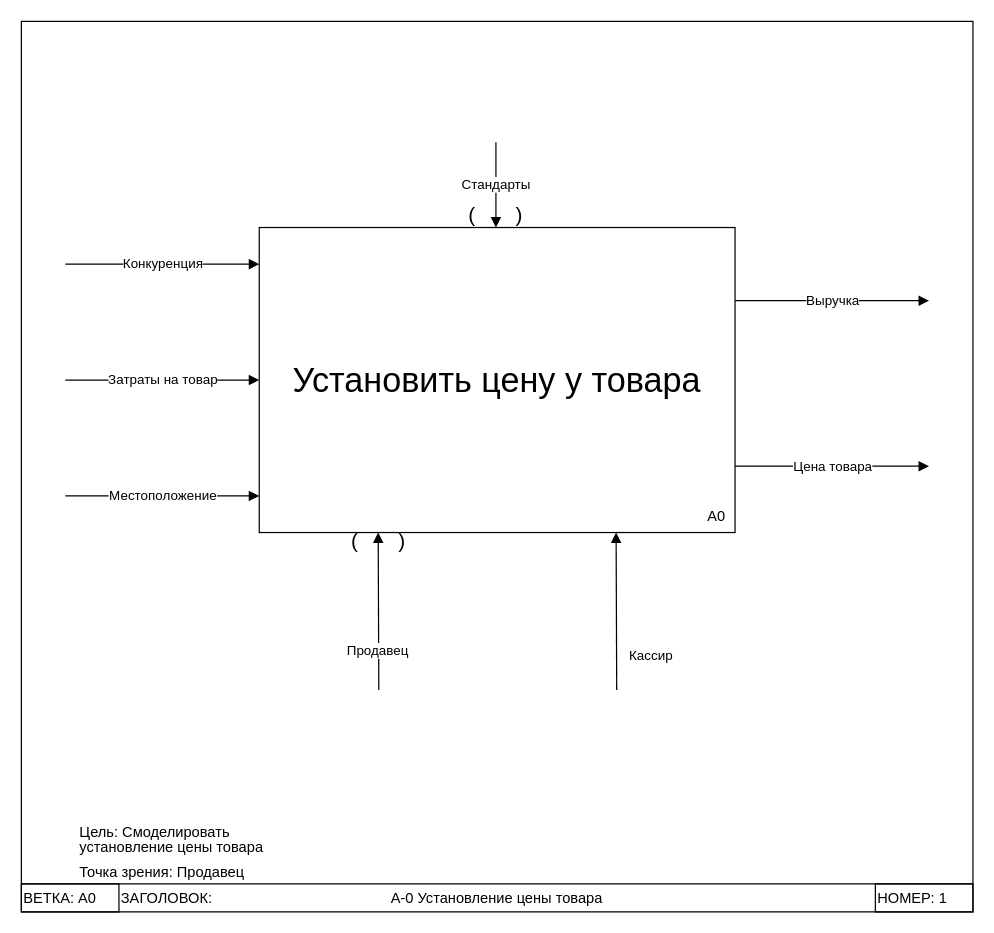
Above: page "Страница — 1" (1 of 3) of draw_io/idef0.drawio in Dimj1k/Works (draw.io), before the change. Source tidied: cells renumbered, new cells numbered last; positions are measured from the earlier drawing's top-left corner, leaving out a move shared by most shapes. Both pictures are drawn from the tidied source at 122%, with x=0, y=0 at pixel (21, 21).
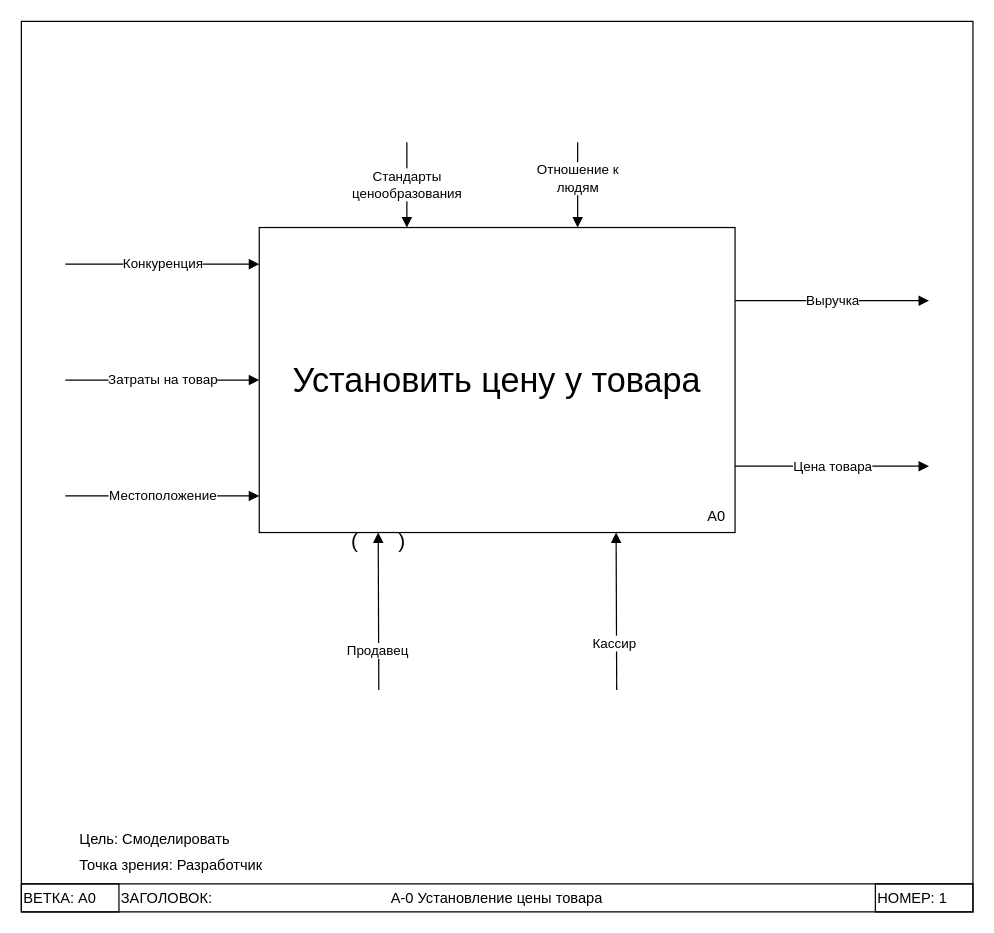
Above is the later version.

The change refers to these unchanged cells:
```xml
<mxCell id="2" style="swimlane;direction=west;" parent="1" vertex="1">
  <mxGeometry width="780" height="730" as="geometry" />
</mxCell>
<mxCell id="21" style="endArrow=block;html=1;rounded=0;endFill=1;entryX=0.75;entryY=1;entryDx=0;entryDy=0;" parent="1" edge="1" target="17">
  <mxGeometry relative="1" as="geometry">
    <mxPoint x="488" y="548" as="sourcePoint" />
  </mxGeometry>
</mxCell>
```

The edit, as a diff of the source:
```diff
@@
-    <mxCell id="7" value="&lt;p style=&quot;line-height: 100%;&quot;&gt;Цель: Смоделировать установление цены товара&lt;/p&gt;&lt;p style=&quot;line-height: 50%;&quot;&gt;Точка зрения: Продавец&lt;/p&gt;" style="text;html=1;strokeColor=none;fillColor=none;align=left;verticalAlign=middle;whiteSpace=wrap;rounded=0;" parent="2" vertex="1">
+    <mxCell id="7" value="&lt;p style=&quot;line-height: 100%;&quot;&gt;Цель: Смоделировать&amp;nbsp;&lt;span style=&quot;white-space: pre;&quot;&gt;&#9;&lt;/span&gt;&lt;/p&gt;&lt;p style=&quot;line-height: 50%;&quot;&gt;Точка зрения: Разработчик&lt;/p&gt;" style="text;html=1;strokeColor=none;fillColor=none;align=left;verticalAlign=middle;whiteSpace=wrap;rounded=0;" parent="2" vertex="1">
       <mxGeometry x="46" y="650" width="200" height="57" as="geometry" />
     </mxCell>
@@
-    <mxCell id="13" value="Стандарты" style="endArrow=block;html=1;rounded=0;labelBackgroundColor=default;strokeColor=default;fontFamily=Helvetica;fontSize=11;fontColor=default;shape=connector;endFill=1;entryX=0.5;entryY=0;entryDx=0;entryDy=0;" parent="2" edge="1">
+    <mxCell id="13" value="Стандарты &lt;br&gt;ценообразования" style="endArrow=block;html=1;rounded=0;labelBackgroundColor=default;strokeColor=default;fontFamily=Helvetica;fontSize=11;fontColor=default;shape=connector;endFill=1;entryX=0.5;entryY=0;entryDx=0;entryDy=0;" parent="2" edge="1">
       <mxGeometry x="-0.01" relative="1" as="geometry">
-        <mxPoint x="389" y="99" as="sourcePoint" />
-        <mxPoint x="389" y="169" as="targetPoint" />
+        <mxPoint x="316" y="99" as="sourcePoint" />
+        <mxPoint x="316" y="169" as="targetPoint" />
       </mxGeometry>
     </mxCell>
@@
-    <mxCell id="15" value="&lt;font style=&quot;font-size: 17px;&quot;&gt;(&amp;nbsp; &amp;nbsp; &amp;nbsp; &amp;nbsp;)&lt;/font&gt;" style="text;html=1;strokeColor=none;fillColor=none;align=center;verticalAlign=middle;whiteSpace=wrap;rounded=0;fontSize=11;fontFamily=Helvetica;fontColor=default;" parent="2" vertex="1">
-      <mxGeometry x="328" y="145" width="122" height="30" as="geometry" />
-    </mxCell>
+    <mxCell id="23" value="Отношение к&lt;br&gt;людям" style="endArrow=block;html=1;rounded=0;labelBackgroundColor=default;strokeColor=default;fontFamily=Helvetica;fontSize=11;fontColor=default;shape=connector;endFill=1;entryX=0.5;entryY=0;entryDx=0;entryDy=0;" parent="2" edge="1">
+      <mxGeometry x="-0.15" relative="1" as="geometry">
+        <mxPoint x="456" y="99" as="sourcePoint" />
+        <mxPoint x="456" y="169" as="targetPoint" />
+      </mxGeometry>
+    </mxCell>
@@
     <mxCell id="22" value="Кассир" style="edgeLabel;html=1;align=center;verticalAlign=middle;" parent="21" vertex="1">
       <mxGeometry x="-0.49" y="1" relative="1" as="geometry">
-        <mxPoint x="29" y="4" as="offset" />
+        <mxPoint x="-1" y="-6" as="offset" />
       </mxGeometry>
     </mxCell>
```
